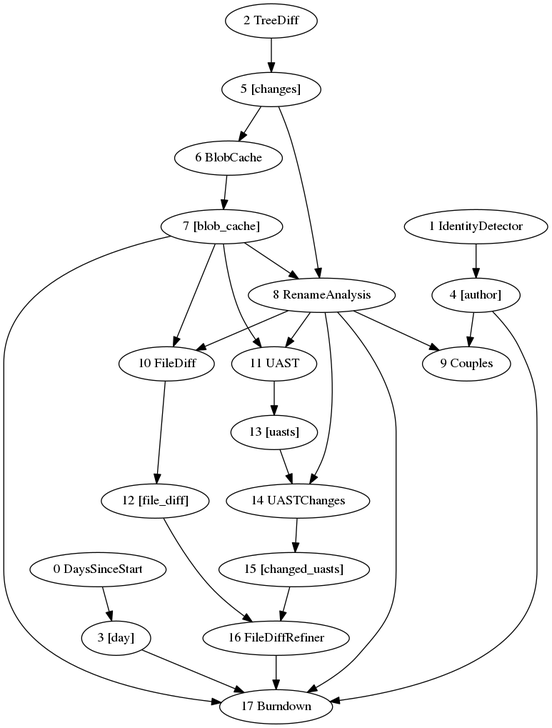
Before: doc/dag.png, a diagram exported from Graphviz (src-d/hercules). Its source is kept beside it as doc/dag.dot.
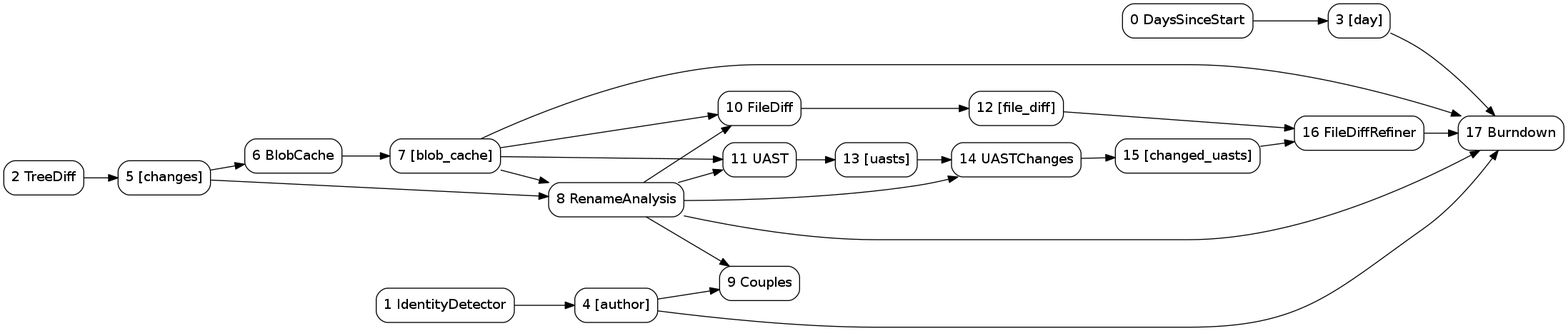
The same diagram one commit later.

Change to the diagram source:
```diff
@@ -1,4 +1,7 @@
 digraph Hercules {
+  rankdir="LR"
+  node [fontname="Roboto", shape=box, style=rounded]
+
   "6 BlobCache" -> "7 [blob_cache]"
   "0 DaysSinceStart" -> "3 [day]"
   "10 FileDiff" -> "12 [file_diff]"
```
